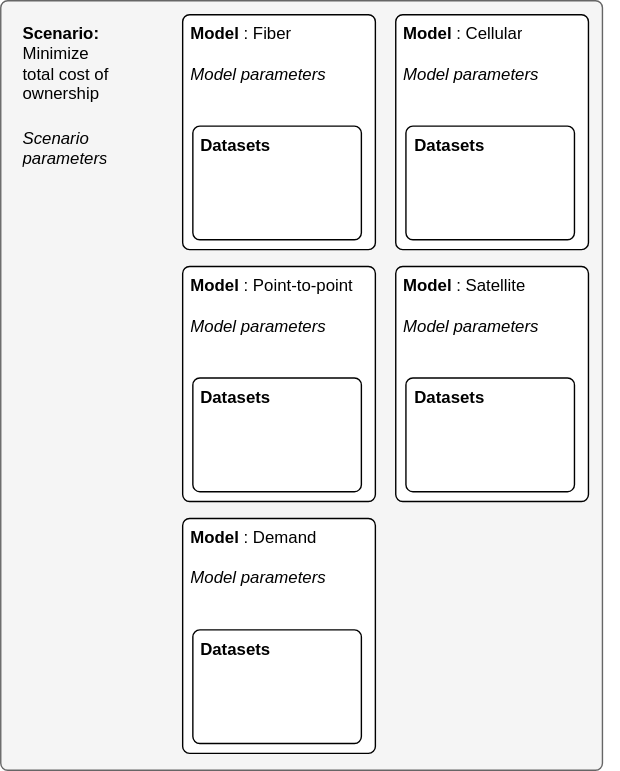
Above: docs/diagrams/model.drawio.svg in FNS-Division/cpp-user-guide (draw.io), before the change. Source tidied: cells renumbered, new cells last; positions are measured from the earlier drawing's top-left corner, leaving out a move shared by most shapes. Its diagram source:
```xml
<mxGraphModel>
  <root>
    <mxCell id="0" />
    <mxCell id="1" parent="0" />
    <mxCell id="2" style="rounded=1;absoluteArcSize=1;html=1;arcSize=10;fillColor=#f5f5f5;strokeColor=#666666;fontColor=#333333;" parent="1" vertex="1">
      <mxGeometry width="430" height="550" as="geometry" />
    </mxCell>
    <mxCell id="3" value="&lt;b&gt;Scenario:&lt;/b&gt;&lt;div&gt;Minimize total cost of ownership&lt;/div&gt;" style="text;strokeColor=none;fillColor=none;spacingLeft=4;spacingRight=4;overflow=hidden;fontSize=12;whiteSpace=wrap;html=1;" parent="1" vertex="1">
      <mxGeometry x="10" y="10" width="80" height="75.4" as="geometry" />
    </mxCell>
    <mxCell id="4" value="&lt;i&gt;Scenario parameters&lt;/i&gt;" style="text;strokeColor=none;fillColor=none;spacingLeft=4;spacingRight=4;overflow=hidden;fontSize=12;whiteSpace=wrap;html=1;" parent="1" vertex="1">
      <mxGeometry x="10" y="85.4" width="70" height="46" as="geometry" />
    </mxCell>
    <mxCell id="5" style="rounded=1;absoluteArcSize=1;html=1;arcSize=10;whiteSpace=wrap;strokeColor=inherit;fillColor=inherit;" parent="1" vertex="1">
      <mxGeometry x="130" y="10" width="137.7" height="167.9" as="geometry" />
    </mxCell>
    <mxCell id="6" value="&lt;b&gt;Model&lt;/b&gt;:&amp;nbsp;&lt;span style=&quot;background-color: transparent; color: light-dark(rgb(0, 0, 0), rgb(255, 255, 255));&quot;&gt;Fiber&lt;/span&gt;" style="text;strokeColor=none;fillColor=none;spacingLeft=4;spacingRight=4;overflow=hidden;fontSize=12;whiteSpace=wrap;html=1;" parent="1" vertex="1">
      <mxGeometry x="130" y="10" width="152.3" height="39" as="geometry" />
    </mxCell>
    <mxCell id="7" value="&lt;i&gt;Model parameters&lt;/i&gt;" style="text;strokeColor=none;fillColor=none;spacingLeft=4;spacingRight=4;overflow=hidden;fontSize=12;whiteSpace=wrap;html=1;" parent="1" vertex="1">
      <mxGeometry x="130" y="39.2" width="152.3" height="39" as="geometry" />
    </mxCell>
    <mxCell id="8" style="rounded=1;absoluteArcSize=1;html=1;arcSize=10;whiteSpace=wrap;strokeColor=inherit;fillColor=inherit;" parent="1" vertex="1">
      <mxGeometry x="137.3" y="89.6" width="120.4" height="81.2" as="geometry" />
    </mxCell>
    <mxCell id="9" value="&lt;b&gt;Datasets&lt;/b&gt;" style="text;strokeColor=none;fillColor=none;spacingLeft=4;spacingRight=4;overflow=hidden;fontSize=12;whiteSpace=wrap;html=1;" parent="1" vertex="1">
      <mxGeometry x="137.3" y="89.6" width="152.3" height="39" as="geometry" />
    </mxCell>
    <mxCell id="10" style="rounded=1;absoluteArcSize=1;html=1;arcSize=10;whiteSpace=wrap;strokeColor=inherit;fillColor=inherit;" parent="1" vertex="1">
      <mxGeometry x="282.3" y="10" width="137.7" height="167.9" as="geometry" />
    </mxCell>
    <mxCell id="11" value="&lt;b&gt;Model&lt;/b&gt;:&amp;nbsp;&lt;span style=&quot;background-color: transparent; color: light-dark(rgb(0, 0, 0), rgb(255, 255, 255));&quot;&gt;Cellular&lt;/span&gt;" style="text;strokeColor=none;fillColor=none;spacingLeft=4;spacingRight=4;overflow=hidden;fontSize=12;whiteSpace=wrap;html=1;" parent="1" vertex="1">
      <mxGeometry x="282.3" y="10" width="152.3" height="39" as="geometry" />
    </mxCell>
    <mxCell id="12" value="&lt;i&gt;Model parameters&lt;/i&gt;" style="text;strokeColor=none;fillColor=none;spacingLeft=4;spacingRight=4;overflow=hidden;fontSize=12;whiteSpace=wrap;html=1;" parent="1" vertex="1">
      <mxGeometry x="282.3" y="39.2" width="152.3" height="39" as="geometry" />
    </mxCell>
    <mxCell id="13" style="rounded=1;absoluteArcSize=1;html=1;arcSize=10;whiteSpace=wrap;strokeColor=inherit;fillColor=inherit;" parent="1" vertex="1">
      <mxGeometry x="289.6" y="89.6" width="120.4" height="81.2" as="geometry" />
    </mxCell>
    <mxCell id="14" value="&lt;b&gt;Datasets&lt;/b&gt;" style="text;strokeColor=none;fillColor=none;spacingLeft=4;spacingRight=4;overflow=hidden;fontSize=12;whiteSpace=wrap;html=1;" parent="1" vertex="1">
      <mxGeometry x="289.6" y="89.6" width="152.3" height="39" as="geometry" />
    </mxCell>
    <mxCell id="15" style="rounded=1;absoluteArcSize=1;html=1;arcSize=10;whiteSpace=wrap;strokeColor=inherit;fillColor=inherit;" parent="1" vertex="1">
      <mxGeometry x="130" y="190" width="137.7" height="167.9" as="geometry" />
    </mxCell>
    <mxCell id="16" value="&lt;b&gt;Model&lt;/b&gt;:&amp;nbsp;&lt;span style=&quot;background-color: transparent; color: light-dark(rgb(0, 0, 0), rgb(255, 255, 255));&quot;&gt;Point-to-point&lt;/span&gt;" style="text;strokeColor=none;fillColor=none;spacingLeft=4;spacingRight=4;overflow=hidden;fontSize=12;whiteSpace=wrap;html=1;" parent="1" vertex="1">
      <mxGeometry x="130" y="190" width="152.3" height="39" as="geometry" />
    </mxCell>
    <mxCell id="17" value="&lt;i&gt;Model parameters&lt;/i&gt;" style="text;strokeColor=none;fillColor=none;spacingLeft=4;spacingRight=4;overflow=hidden;fontSize=12;whiteSpace=wrap;html=1;" parent="1" vertex="1">
      <mxGeometry x="130" y="219.2" width="152.3" height="39" as="geometry" />
    </mxCell>
    <mxCell id="18" style="rounded=1;absoluteArcSize=1;html=1;arcSize=10;whiteSpace=wrap;strokeColor=inherit;fillColor=inherit;" parent="1" vertex="1">
      <mxGeometry x="137.3" y="269.6" width="120.4" height="81.2" as="geometry" />
    </mxCell>
    <mxCell id="19" value="&lt;b&gt;Datasets&lt;/b&gt;" style="text;strokeColor=none;fillColor=none;spacingLeft=4;spacingRight=4;overflow=hidden;fontSize=12;whiteSpace=wrap;html=1;" parent="1" vertex="1">
      <mxGeometry x="137.3" y="269.6" width="152.3" height="39" as="geometry" />
    </mxCell>
    <mxCell id="20" style="rounded=1;absoluteArcSize=1;html=1;arcSize=10;whiteSpace=wrap;strokeColor=inherit;fillColor=inherit;" parent="1" vertex="1">
      <mxGeometry x="282.3" y="190" width="137.7" height="167.9" as="geometry" />
    </mxCell>
    <mxCell id="21" value="&lt;b&gt;Model&lt;/b&gt;:&amp;nbsp;&lt;span style=&quot;background-color: transparent; color: light-dark(rgb(0, 0, 0), rgb(255, 255, 255));&quot;&gt;Satellite&lt;/span&gt;" style="text;strokeColor=none;fillColor=none;spacingLeft=4;spacingRight=4;overflow=hidden;fontSize=12;whiteSpace=wrap;html=1;" parent="1" vertex="1">
      <mxGeometry x="282.3" y="190" width="152.3" height="39" as="geometry" />
    </mxCell>
    <mxCell id="22" value="&lt;i&gt;Model parameters&lt;/i&gt;" style="text;strokeColor=none;fillColor=none;spacingLeft=4;spacingRight=4;overflow=hidden;fontSize=12;whiteSpace=wrap;html=1;" parent="1" vertex="1">
      <mxGeometry x="282.3" y="219.2" width="152.3" height="39" as="geometry" />
    </mxCell>
    <mxCell id="23" style="rounded=1;absoluteArcSize=1;html=1;arcSize=10;whiteSpace=wrap;strokeColor=inherit;fillColor=inherit;" parent="1" vertex="1">
      <mxGeometry x="289.6" y="269.6" width="120.4" height="81.2" as="geometry" />
    </mxCell>
    <mxCell id="24" value="&lt;b&gt;Datasets&lt;/b&gt;" style="text;strokeColor=none;fillColor=none;spacingLeft=4;spacingRight=4;overflow=hidden;fontSize=12;whiteSpace=wrap;html=1;" parent="1" vertex="1">
      <mxGeometry x="289.6" y="269.6" width="152.3" height="39" as="geometry" />
    </mxCell>
    <mxCell id="25" style="rounded=1;absoluteArcSize=1;html=1;arcSize=10;whiteSpace=wrap;strokeColor=inherit;fillColor=inherit;" parent="1" vertex="1">
      <mxGeometry x="130" y="370" width="137.7" height="167.9" as="geometry" />
    </mxCell>
    <mxCell id="26" value="&lt;b&gt;Model&lt;/b&gt;:&amp;nbsp;&lt;span style=&quot;background-color: transparent; color: light-dark(rgb(0, 0, 0), rgb(255, 255, 255));&quot;&gt;Demand&lt;/span&gt;" style="text;strokeColor=none;fillColor=none;spacingLeft=4;spacingRight=4;overflow=hidden;fontSize=12;whiteSpace=wrap;html=1;" parent="1" vertex="1">
      <mxGeometry x="130" y="370" width="152.3" height="39" as="geometry" />
    </mxCell>
    <mxCell id="27" value="&lt;i&gt;Model parameters&lt;/i&gt;" style="text;strokeColor=none;fillColor=none;spacingLeft=4;spacingRight=4;overflow=hidden;fontSize=12;whiteSpace=wrap;html=1;" parent="1" vertex="1">
      <mxGeometry x="130" y="399.2" width="152.3" height="39" as="geometry" />
    </mxCell>
    <mxCell id="28" style="rounded=1;absoluteArcSize=1;html=1;arcSize=10;whiteSpace=wrap;strokeColor=inherit;fillColor=inherit;" parent="1" vertex="1">
      <mxGeometry x="137.3" y="449.6" width="120.4" height="81.2" as="geometry" />
    </mxCell>
    <mxCell id="29" value="&lt;b&gt;Datasets&lt;/b&gt;" style="text;strokeColor=none;fillColor=none;spacingLeft=4;spacingRight=4;overflow=hidden;fontSize=12;whiteSpace=wrap;html=1;" parent="1" vertex="1">
      <mxGeometry x="137.3" y="449.6" width="152.3" height="39" as="geometry" />
    </mxCell>
  </root>
</mxGraphModel>
```
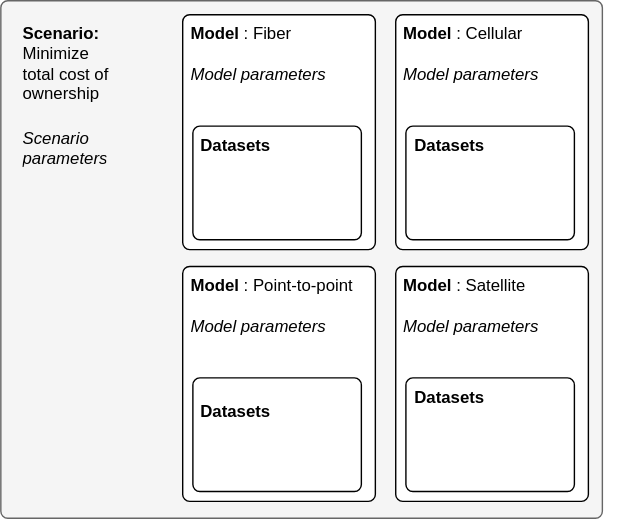
After the change.

What changed in the source:
```diff
@@ -3,7 +3,7 @@
     <mxCell id="0" />
     <mxCell id="1" parent="0" />
     <mxCell id="2" style="rounded=1;absoluteArcSize=1;html=1;arcSize=10;fillColor=#f5f5f5;strokeColor=#666666;fontColor=#333333;" parent="1" vertex="1">
-      <mxGeometry width="430" height="550" as="geometry" />
+      <mxGeometry width="430" height="370" as="geometry" />
     </mxCell>
     <mxCell id="3" value="&lt;b&gt;Scenario:&lt;/b&gt;&lt;div&gt;Minimize total cost of ownership&lt;/div&gt;" style="text;strokeColor=none;fillColor=none;spacingLeft=4;spacingRight=4;overflow=hidden;fontSize=12;whiteSpace=wrap;html=1;" parent="1" vertex="1">
       <mxGeometry x="10" y="10" width="80" height="75.4" as="geometry" />
@@ -54,7 +54,7 @@
       <mxGeometry x="137.3" y="269.6" width="120.4" height="81.2" as="geometry" />
     </mxCell>
     <mxCell id="19" value="&lt;b&gt;Datasets&lt;/b&gt;" style="text;strokeColor=none;fillColor=none;spacingLeft=4;spacingRight=4;overflow=hidden;fontSize=12;whiteSpace=wrap;html=1;" parent="1" vertex="1">
-      <mxGeometry x="137.3" y="269.6" width="152.3" height="39" as="geometry" />
+      <mxGeometry x="137.3" y="280" width="152.3" height="39" as="geometry" />
     </mxCell>
     <mxCell id="20" style="rounded=1;absoluteArcSize=1;html=1;arcSize=10;whiteSpace=wrap;strokeColor=inherit;fillColor=inherit;" parent="1" vertex="1">
       <mxGeometry x="282.3" y="190" width="137.7" height="167.9" as="geometry" />
@@ -71,20 +71,5 @@
     <mxCell id="24" value="&lt;b&gt;Datasets&lt;/b&gt;" style="text;strokeColor=none;fillColor=none;spacingLeft=4;spacingRight=4;overflow=hidden;fontSize=12;whiteSpace=wrap;html=1;" parent="1" vertex="1">
       <mxGeometry x="289.6" y="269.6" width="152.3" height="39" as="geometry" />
     </mxCell>
-    <mxCell id="25" style="rounded=1;absoluteArcSize=1;html=1;arcSize=10;whiteSpace=wrap;strokeColor=inherit;fillColor=inherit;" parent="1" vertex="1">
-      <mxGeometry x="130" y="370" width="137.7" height="167.9" as="geometry" />
-    </mxCell>
-    <mxCell id="26" value="&lt;b&gt;Model&lt;/b&gt;:&amp;nbsp;&lt;span style=&quot;background-color: transparent; color: light-dark(rgb(0, 0, 0), rgb(255, 255, 255));&quot;&gt;Demand&lt;/span&gt;" style="text;strokeColor=none;fillColor=none;spacingLeft=4;spacingRight=4;overflow=hidden;fontSize=12;whiteSpace=wrap;html=1;" parent="1" vertex="1">
-      <mxGeometry x="130" y="370" width="152.3" height="39" as="geometry" />
-    </mxCell>
-    <mxCell id="27" value="&lt;i&gt;Model parameters&lt;/i&gt;" style="text;strokeColor=none;fillColor=none;spacingLeft=4;spacingRight=4;overflow=hidden;fontSize=12;whiteSpace=wrap;html=1;" parent="1" vertex="1">
-      <mxGeometry x="130" y="399.2" width="152.3" height="39" as="geometry" />
-    </mxCell>
-    <mxCell id="28" style="rounded=1;absoluteArcSize=1;html=1;arcSize=10;whiteSpace=wrap;strokeColor=inherit;fillColor=inherit;" parent="1" vertex="1">
-      <mxGeometry x="137.3" y="449.6" width="120.4" height="81.2" as="geometry" />
-    </mxCell>
-    <mxCell id="29" value="&lt;b&gt;Datasets&lt;/b&gt;" style="text;strokeColor=none;fillColor=none;spacingLeft=4;spacingRight=4;overflow=hidden;fontSize=12;whiteSpace=wrap;html=1;" parent="1" vertex="1">
-      <mxGeometry x="137.3" y="449.6" width="152.3" height="39" as="geometry" />
-    </mxCell>
   </root>
 </mxGraphModel>
```
